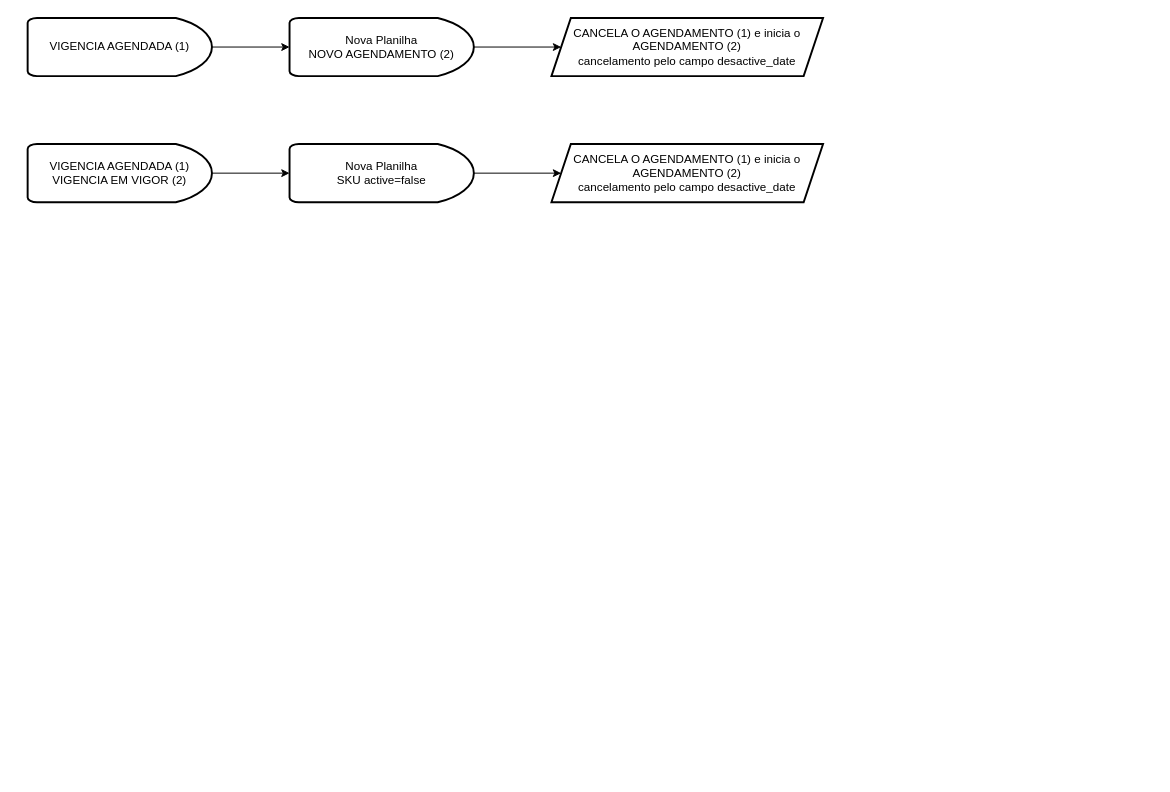
Above: Diagrama sem nome.drawio in luizaprata/lab (draw.io), before the change. Source tidied: cells renumbered, new cells numbered last; positions are measured from the earlier drawing's top-left corner, leaving out a move shared by most shapes. Both pictures are drawn from the tidied source at 97%, with x=0, y=0 at pixel (27, 17).
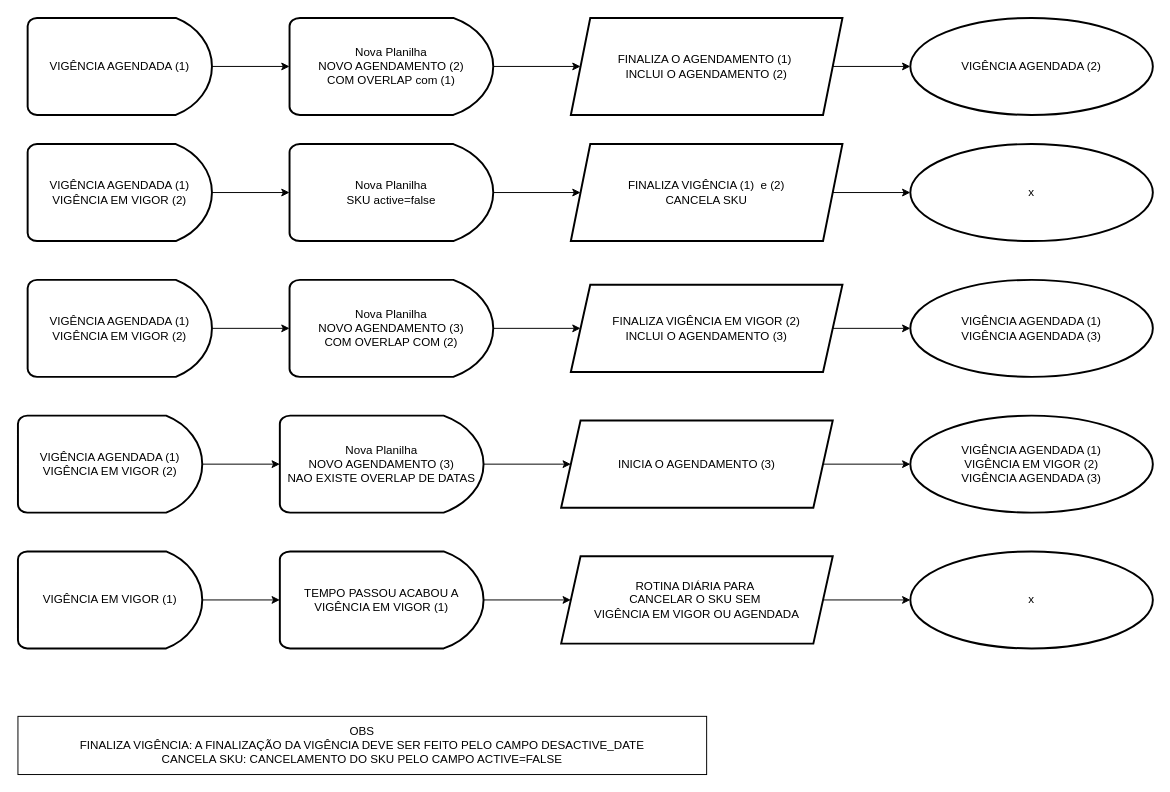
After the change.

Change to the diagram source:
```diff
@@
-    <mxCell id="3" value="&lt;div&gt;VIGENCIA AGENDADA (1)&lt;br&gt;&lt;/div&gt;" style="strokeWidth=2;html=1;shape=mxgraph.flowchart.delay;whiteSpace=wrap;" parent="1" vertex="1">
-      <mxGeometry width="190" height="60" as="geometry" />
+    <mxCell id="3" value="&lt;div&gt;VIGÊNCIA AGENDADA (1)&lt;br&gt;&lt;/div&gt;" style="strokeWidth=2;html=1;shape=mxgraph.flowchart.delay;whiteSpace=wrap;" parent="1" vertex="1">
+      <mxGeometry width="190" height="100" as="geometry" />
     </mxCell>
@@
-    <mxCell id="5" value="Nova Planilha&lt;br&gt;NOVO AGENDAMENTO (2)" style="strokeWidth=2;html=1;shape=mxgraph.flowchart.delay;whiteSpace=wrap;" parent="1" vertex="1">
-      <mxGeometry x="270" width="190" height="60" as="geometry" />
+    <mxCell id="5" value="Nova Planilha&lt;br&gt;&lt;div&gt;NOVO AGENDAMENTO (2)&lt;/div&gt;&lt;div&gt;COM OVERLAP com (1)&lt;br&gt;&lt;/div&gt;" style="strokeWidth=2;html=1;shape=mxgraph.flowchart.delay;whiteSpace=wrap;" parent="1" vertex="1">
+      <mxGeometry x="270" width="210" height="100" as="geometry" />
     </mxCell>
+    <mxCell id="12" style="edgeStyle=orthogonalEdgeStyle;rounded=0;jettySize=auto;html=1;" parent="1" edge="1" source="6" target="33">
+      <mxGeometry relative="1" as="geometry" />
+    </mxCell>
-    <mxCell id="6" value="CANCELA O AGENDAMENTO (1) e inicia o AGENDAMENTO (2) &lt;br&gt;cancelamento pelo campo desactive_date" style="shape=parallelogram;perimeter=parallelogramPerimeter;whiteSpace=wrap;html=1;fixedSize=1;strokeWidth=2;" parent="1" vertex="1">
-      <mxGeometry x="540" width="280" height="60" as="geometry" />
+    <mxCell id="6" value="&lt;div&gt;FINALIZA O AGENDAMENTO (1)&amp;nbsp;&lt;/div&gt;&lt;div&gt;INCLUI O AGENDAMENTO (2) &lt;/div&gt;" style="shape=parallelogram;perimeter=parallelogramPerimeter;whiteSpace=wrap;html=1;fixedSize=1;strokeWidth=2;" parent="1" vertex="1">
+      <mxGeometry x="560" width="280" height="100" as="geometry" />
     </mxCell>
@@
-    <mxCell id="8" value="&lt;div&gt;VIGENCIA AGENDADA (1)&lt;br&gt;VIGENCIA EM VIGOR (2)&lt;br&gt;&lt;/div&gt;" style="strokeWidth=2;html=1;shape=mxgraph.flowchart.delay;whiteSpace=wrap;" parent="1" vertex="1">
-      <mxGeometry y="130" width="190" height="60" as="geometry" />
+    <mxCell id="8" value="&lt;div&gt;VIGÊNCIA AGENDADA (1)&lt;br&gt;VIGÊNCIA EM VIGOR (2)&lt;br&gt;&lt;/div&gt;" style="strokeWidth=2;html=1;shape=mxgraph.flowchart.delay;whiteSpace=wrap;" parent="1" vertex="1">
+      <mxGeometry y="130" width="190" height="100" as="geometry" />
     </mxCell>
@@
     <mxCell id="10" value="Nova Planilha&lt;br&gt;SKU active=false" style="strokeWidth=2;html=1;shape=mxgraph.flowchart.delay;whiteSpace=wrap;" parent="1" vertex="1">
-      <mxGeometry x="270" y="130" width="190" height="60" as="geometry" />
+      <mxGeometry x="270" y="130" width="210" height="100" as="geometry" />
     </mxCell>
+    <mxCell id="13" style="edgeStyle=orthogonalEdgeStyle;rounded=0;jettySize=auto;html=1;" parent="1" edge="1" source="11" target="34">
+      <mxGeometry relative="1" as="geometry" />
+    </mxCell>
-    <mxCell id="11" value="CANCELA O AGENDAMENTO (1) e inicia o AGENDAMENTO (2) &lt;br&gt;cancelamento pelo campo desactive_date" style="shape=parallelogram;perimeter=parallelogramPerimeter;whiteSpace=wrap;html=1;fixedSize=1;strokeWidth=2;" parent="1" vertex="1">
-      <mxGeometry x="540" y="130" width="280" height="60" as="geometry" />
+    <mxCell id="11" value="FINALIZA VIGÊNCIA (1)&amp;nbsp; e (2) &lt;br&gt;CANCELA SKU" style="shape=parallelogram;perimeter=parallelogramPerimeter;whiteSpace=wrap;html=1;fixedSize=1;strokeWidth=2;" parent="1" vertex="1">
+      <mxGeometry x="560" y="130" width="280" height="100" as="geometry" />
     </mxCell>
+    <mxCell id="14" style="edgeStyle=orthogonalEdgeStyle;rounded=0;jettySize=auto;html=1;" parent="1" edge="1" source="15" target="17">
+      <mxGeometry relative="1" as="geometry" />
+    </mxCell>
+    <mxCell id="15" value="&lt;div&gt;VIGÊNCIA AGENDADA (1)&lt;br&gt;VIGÊNCIA EM VIGOR (2)&lt;br&gt;&lt;/div&gt;" style="strokeWidth=2;html=1;shape=mxgraph.flowchart.delay;whiteSpace=wrap;" parent="1" vertex="1">
+      <mxGeometry y="270" width="190" height="100" as="geometry" />
+    </mxCell>
+    <mxCell id="16" style="edgeStyle=orthogonalEdgeStyle;rounded=0;jettySize=auto;html=1;" parent="1" edge="1" source="17" target="19">
+      <mxGeometry relative="1" as="geometry" />
+    </mxCell>
+    <mxCell id="17" value="Nova Planilha&lt;br&gt;NOVO AGENDAMENTO (3)&lt;br&gt;COM OVERLAP COM (2)" style="strokeWidth=2;html=1;shape=mxgraph.flowchart.delay;whiteSpace=wrap;" parent="1" vertex="1">
+      <mxGeometry x="270" y="270" width="210" height="100" as="geometry" />
+    </mxCell>
+    <mxCell id="18" style="edgeStyle=orthogonalEdgeStyle;rounded=0;jettySize=auto;html=1;" parent="1" edge="1" source="19" target="35">
+      <mxGeometry relative="1" as="geometry" />
+    </mxCell>
+    <mxCell id="19" value="FINALIZA VIGÊNCIA EM VIGOR (2)&lt;br&gt;&lt;div&gt;INCLUI O AGENDAMENTO (3) &lt;/div&gt;" style="shape=parallelogram;perimeter=parallelogramPerimeter;whiteSpace=wrap;html=1;fixedSize=1;strokeWidth=2;" parent="1" vertex="1">
+      <mxGeometry x="560" y="275" width="280" height="90" as="geometry" />
+    </mxCell>
+    <mxCell id="20" value="OBS&lt;br&gt;&lt;div&gt;FINALIZA VIGÊNCIA: A FINALIZAÇÃO DA VIGÊNCIA DEVE SER FEITO PELO CAMPO DESACTIVE_DATE&lt;/div&gt;&lt;div&gt;CANCELA SKU: CANCELAMENTO DO SKU PELO CAMPO ACTIVE=FALSE&lt;br&gt;&lt;/div&gt;" style="rounded=0;whiteSpace=wrap;html=1;" parent="1" vertex="1">
+      <mxGeometry x="-10" y="720" width="710" height="60" as="geometry" />
+    </mxCell>
+    <mxCell id="21" style="edgeStyle=orthogonalEdgeStyle;rounded=0;jettySize=auto;html=1;" parent="1" edge="1" source="22" target="24">
+      <mxGeometry relative="1" as="geometry" />
+    </mxCell>
+    <mxCell id="22" value="&lt;div&gt;VIGÊNCIA AGENDADA (1)&lt;br&gt;VIGÊNCIA EM VIGOR (2)&lt;br&gt;&lt;/div&gt;" style="strokeWidth=2;html=1;shape=mxgraph.flowchart.delay;whiteSpace=wrap;" parent="1" vertex="1">
+      <mxGeometry x="-10" y="410" width="190" height="100" as="geometry" />
+    </mxCell>
+    <mxCell id="23" style="edgeStyle=orthogonalEdgeStyle;rounded=0;jettySize=auto;html=1;" parent="1" edge="1" source="24" target="26">
+      <mxGeometry relative="1" as="geometry" />
+    </mxCell>
+    <mxCell id="24" value="Nova Planilha&lt;br&gt;NOVO AGENDAMENTO (3)&lt;br&gt;NAO EXISTE OVERLAP DE DATAS" style="strokeWidth=2;html=1;shape=mxgraph.flowchart.delay;whiteSpace=wrap;" parent="1" vertex="1">
+      <mxGeometry x="260" y="410" width="210" height="100" as="geometry" />
+    </mxCell>
+    <mxCell id="25" style="edgeStyle=orthogonalEdgeStyle;rounded=0;jettySize=auto;html=1;" parent="1" edge="1" source="26" target="36">
+      <mxGeometry relative="1" as="geometry" />
+    </mxCell>
+    <mxCell id="26" value="&lt;div&gt;INICIA O AGENDAMENTO (3) &lt;/div&gt;" style="shape=parallelogram;perimeter=parallelogramPerimeter;whiteSpace=wrap;html=1;fixedSize=1;strokeWidth=2;" parent="1" vertex="1">
+      <mxGeometry x="550" y="415" width="280" height="90" as="geometry" />
+    </mxCell>
+    <mxCell id="27" style="edgeStyle=orthogonalEdgeStyle;rounded=0;jettySize=auto;html=1;" parent="1" edge="1" source="28" target="30">
+      <mxGeometry relative="1" as="geometry" />
+    </mxCell>
+    <mxCell id="28" value="&lt;div&gt;VIGÊNCIA EM VIGOR (1)&lt;br&gt;&lt;/div&gt;" style="strokeWidth=2;html=1;shape=mxgraph.flowchart.delay;whiteSpace=wrap;" parent="1" vertex="1">
+      <mxGeometry x="-10" y="550" width="190" height="100" as="geometry" />
+    </mxCell>
+    <mxCell id="29" style="edgeStyle=orthogonalEdgeStyle;rounded=0;jettySize=auto;html=1;" parent="1" edge="1" source="30" target="32">
+      <mxGeometry relative="1" as="geometry" />
+    </mxCell>
+    <mxCell id="30" value="TEMPO PASSOU ACABOU A VIGÊNCIA EM VIGOR (1)" style="strokeWidth=2;html=1;shape=mxgraph.flowchart.delay;whiteSpace=wrap;" parent="1" vertex="1">
+      <mxGeometry x="260" y="550" width="210" height="100" as="geometry" />
+    </mxCell>
+    <mxCell id="31" style="edgeStyle=orthogonalEdgeStyle;rounded=0;jettySize=auto;html=1;" parent="1" edge="1" source="32" target="37">
+      <mxGeometry relative="1" as="geometry" />
+    </mxCell>
+    <mxCell id="32" value="&lt;div&gt;ROTINA DIÁRIA PARA&amp;nbsp;&lt;/div&gt;&lt;div&gt;CANCELAR O SKU SEM&amp;nbsp;&lt;/div&gt;&lt;div&gt;VIGÊNCIA EM VIGOR OU AGENDADA&lt;br&gt;&lt;/div&gt;" style="shape=parallelogram;perimeter=parallelogramPerimeter;whiteSpace=wrap;html=1;fixedSize=1;strokeWidth=2;" parent="1" vertex="1">
+      <mxGeometry x="550" y="555" width="280" height="90" as="geometry" />
+    </mxCell>
+    <mxCell id="33" value="VIGÊNCIA AGENDADA (2)" style="ellipse;whiteSpace=wrap;html=1;strokeWidth=2;" parent="1" vertex="1">
+      <mxGeometry x="910" width="250" height="100" as="geometry" />
+    </mxCell>
+    <mxCell id="34" value="x" style="ellipse;whiteSpace=wrap;html=1;strokeWidth=2;" parent="1" vertex="1">
+      <mxGeometry x="910" y="130" width="250" height="100" as="geometry" />
+    </mxCell>
+    <mxCell id="35" value="VIGÊNCIA AGENDADA (1)&lt;br&gt;VIGÊNCIA AGENDADA (3)" style="ellipse;whiteSpace=wrap;html=1;strokeWidth=2;" parent="1" vertex="1">
+      <mxGeometry x="910" y="270" width="250" height="100" as="geometry" />
+    </mxCell>
+    <mxCell id="36" value="&lt;div&gt;VIGÊNCIA AGENDADA (1)&lt;br&gt;VIGÊNCIA EM VIGOR (2)&lt;br&gt;VIGÊNCIA AGENDADA (3)&lt;/div&gt;" style="ellipse;whiteSpace=wrap;html=1;strokeWidth=2;" parent="1" vertex="1">
+      <mxGeometry x="910" y="410" width="250" height="100" as="geometry" />
+    </mxCell>
+    <mxCell id="37" value="x" style="ellipse;whiteSpace=wrap;html=1;strokeWidth=2;" parent="1" vertex="1">
+      <mxGeometry x="910" y="550" width="250" height="100" as="geometry" />
+    </mxCell>
```
